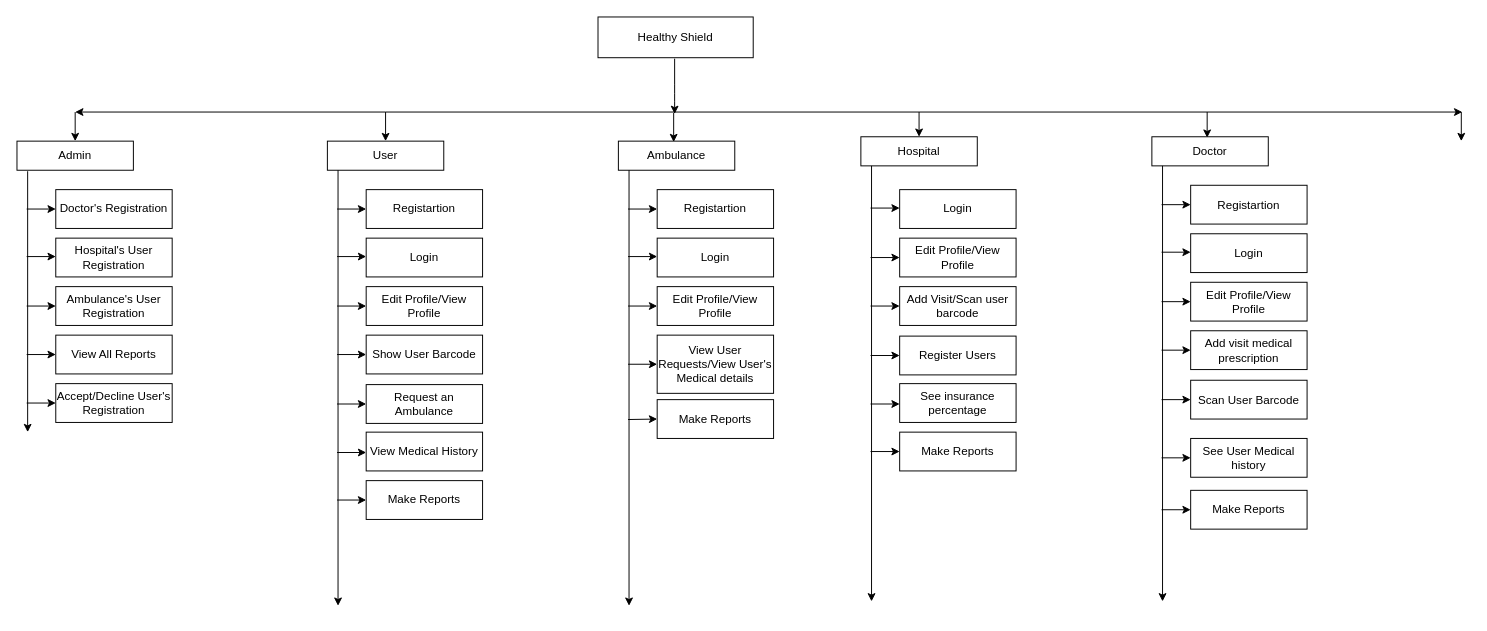
This is Untitled Diagram (2).drawio from abdelrahmanbonna/Healthy_Shield_Analysis, a draw.io file, before an edit. Source tidied: cells renumbered, new cells numbered last; positions are measured from the earlier drawing's top-left corner, leaving out a move shared by most shapes. Both pictures are drawn from the tidied source at 97%, with x=0, y=0 at pixel (16, 16).
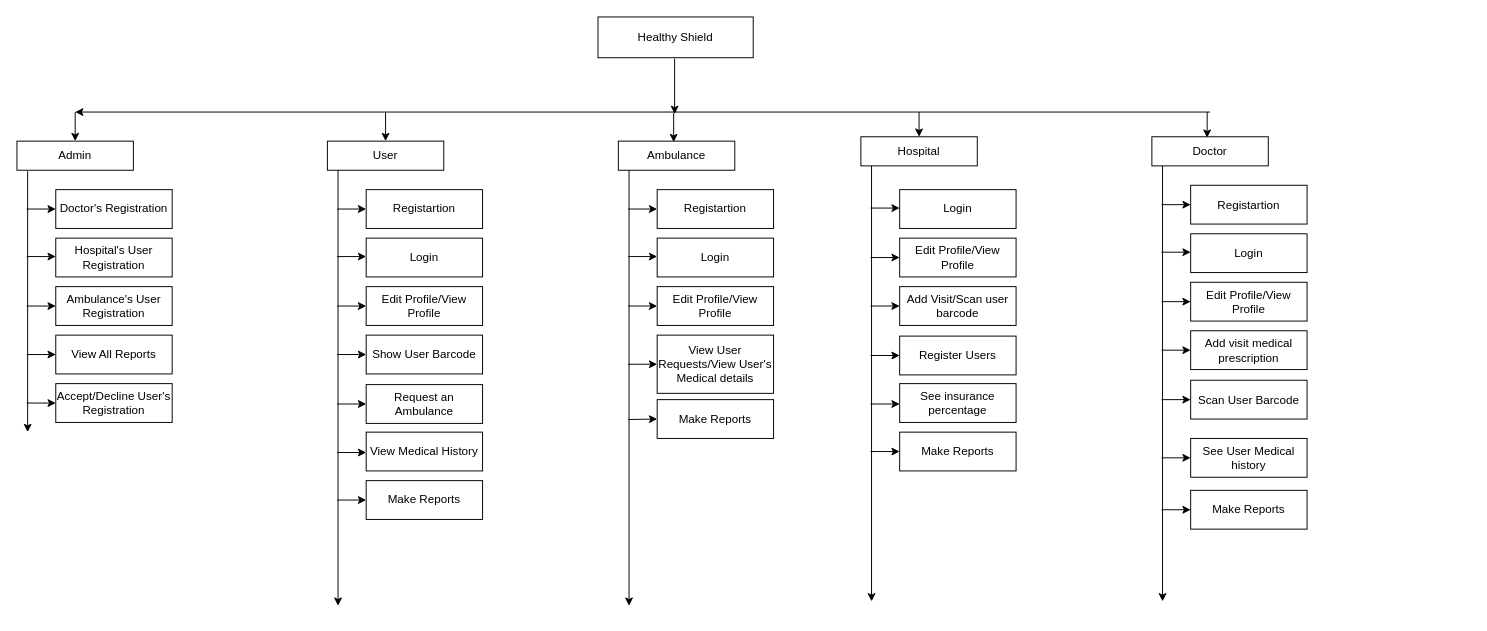
Above is the later version.

Change to the diagram source:
```diff
@@
-    <mxCell id="33" style="endArrow=classic;html=1;" parent="1" edge="1">
+    <mxCell id="33" style="endArrow=none;html=1;endFill=0;" parent="1" edge="1">
       <mxGeometry relative="1" as="geometry">
         <mxPoint x="380" y="98" as="sourcePoint" />
-        <mxPoint x="1490" y="98" as="targetPoint" />
+        <mxPoint x="1230" y="98" as="targetPoint" />
       </mxGeometry>
     </mxCell>
@@
-    <mxCell id="79" style="endArrow=classic;html=1;" parent="1" edge="1">
-      <mxGeometry relative="1" as="geometry">
-        <mxPoint x="1489" y="98" as="sourcePoint" />
-        <mxPoint x="1489" y="128" as="targetPoint" />
-      </mxGeometry>
-    </mxCell>
```
